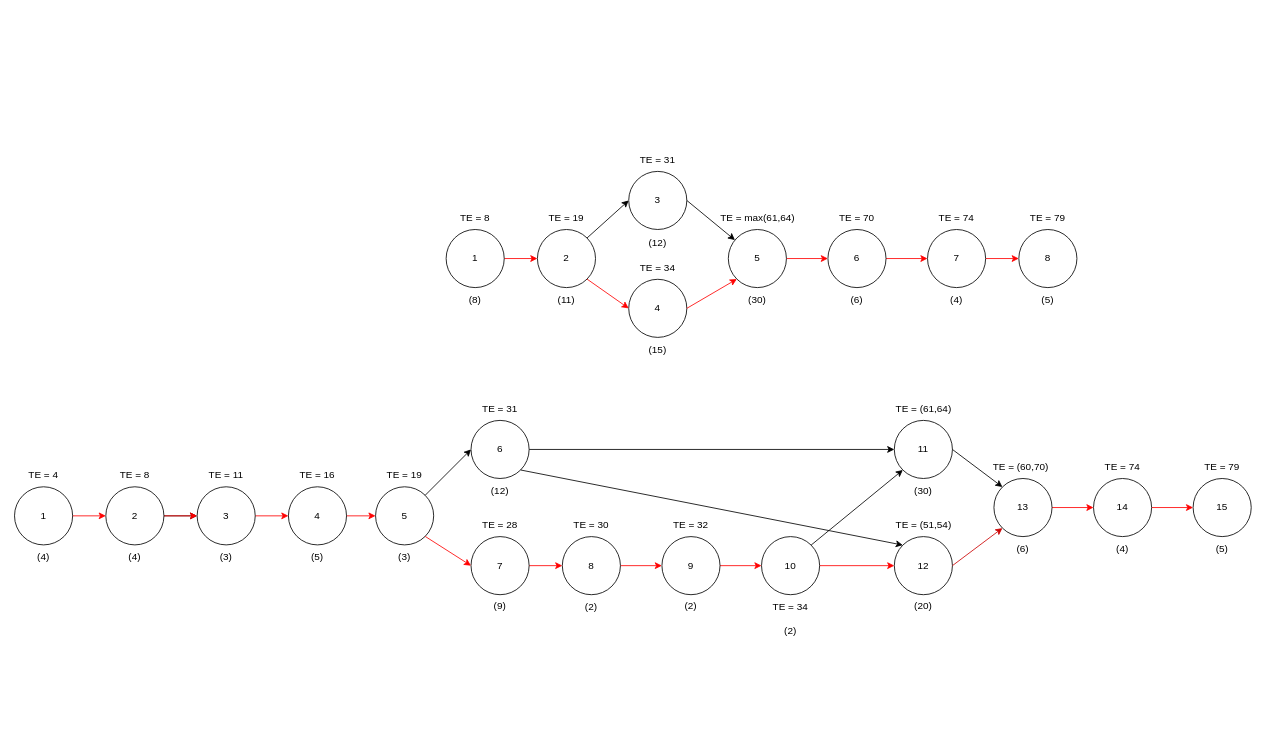
jarawin/carcare keeps this draw.io diagram as page "Activity Diagram" (5 of 5) of DFD.drawio. Above is the earlier version. Source tidied: cells renumbered, new cells numbered last; positions are measured from the earlier drawing's top-left corner, leaving out a move shared by most shapes. Both pictures are drawn from the tidied source at 83%, with x=0, y=0 at pixel (14, 147).
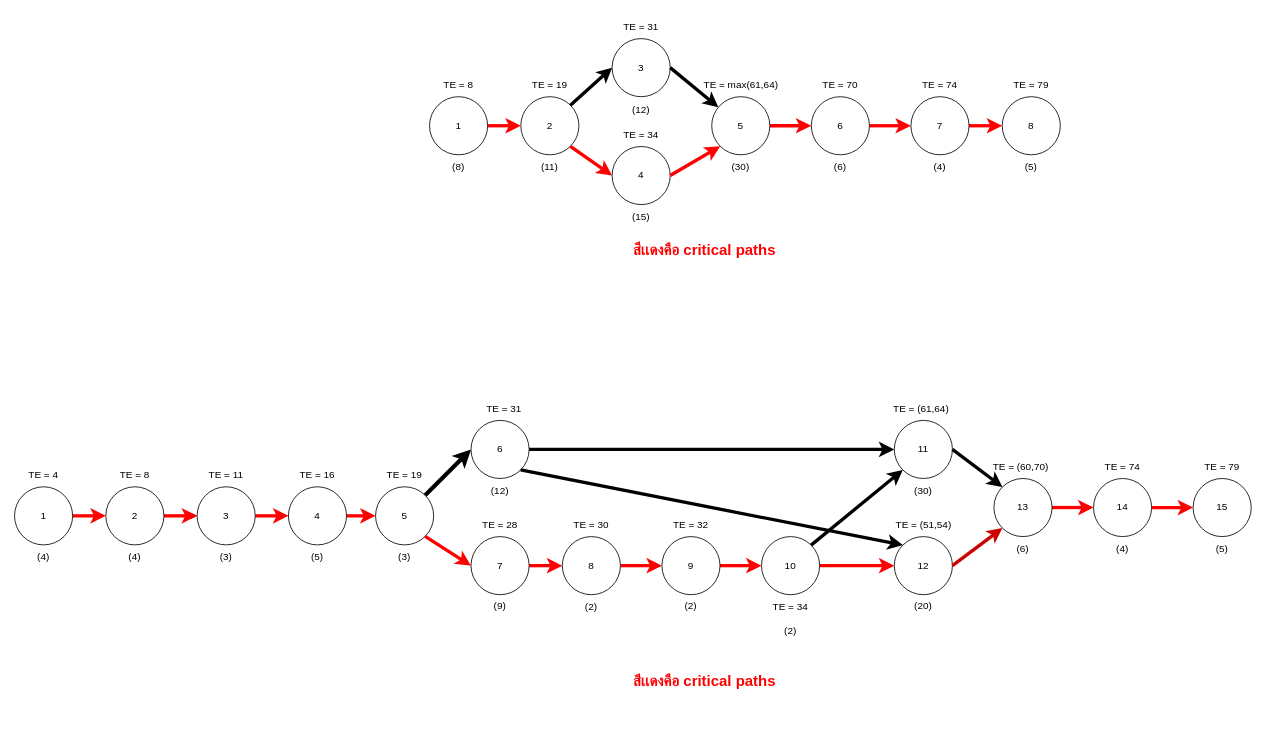
After the change.

Unchanged cells that the change refers to:
```xml
<mxCell id="35" value="1" style="ellipse;whiteSpace=wrap;html=1;" parent="1" vertex="1">
  <mxGeometry y="409" width="70" height="70" as="geometry" />
</mxCell>
<mxCell id="38" value="2" style="ellipse;whiteSpace=wrap;html=1;" parent="1" vertex="1">
  <mxGeometry x="110" y="409" width="70" height="70" as="geometry" />
</mxCell>
<mxCell id="40" value="3" style="ellipse;whiteSpace=wrap;html=1;" parent="1" vertex="1">
  <mxGeometry x="220" y="409" width="70" height="70" as="geometry" />
</mxCell>
<mxCell id="42" value="4" style="ellipse;whiteSpace=wrap;html=1;" parent="1" vertex="1">
  <mxGeometry x="330" y="409" width="70" height="70" as="geometry" />
</mxCell>
<mxCell id="43" value="5" style="ellipse;whiteSpace=wrap;html=1;" parent="1" vertex="1">
  <mxGeometry x="435" y="409" width="70" height="70" as="geometry" />
</mxCell>
<mxCell id="45" value="6" style="ellipse;whiteSpace=wrap;html=1;" parent="1" vertex="1">
  <mxGeometry x="550" y="329" width="70" height="70" as="geometry" />
</mxCell>
<mxCell id="47" value="7" style="ellipse;whiteSpace=wrap;html=1;" parent="1" vertex="1">
  <mxGeometry x="550" y="469" width="70" height="70" as="geometry" />
</mxCell>
<mxCell id="49" value="8" style="ellipse;whiteSpace=wrap;html=1;" parent="1" vertex="1">
  <mxGeometry x="660" y="469" width="70" height="70" as="geometry" />
</mxCell>
<mxCell id="55" value="9" style="ellipse;whiteSpace=wrap;html=1;" parent="1" vertex="1">
  <mxGeometry x="780" y="469" width="70" height="70" as="geometry" />
</mxCell>
<mxCell id="57" value="10" style="ellipse;whiteSpace=wrap;html=1;" parent="1" vertex="1">
  <mxGeometry x="900" y="469" width="70" height="70" as="geometry" />
</mxCell>
<mxCell id="58" value="11" style="ellipse;whiteSpace=wrap;html=1;" parent="1" vertex="1">
  <mxGeometry x="1060" y="329" width="70" height="70" as="geometry" />
</mxCell>
<mxCell id="59" value="12" style="ellipse;whiteSpace=wrap;html=1;" parent="1" vertex="1">
  <mxGeometry x="1060" y="469" width="70" height="70" as="geometry" />
</mxCell>
<mxCell id="61" value="13" style="ellipse;whiteSpace=wrap;html=1;" parent="1" vertex="1">
  <mxGeometry x="1180" y="399" width="70" height="70" as="geometry" />
</mxCell>
<mxCell id="63" value="14" style="ellipse;whiteSpace=wrap;html=1;" parent="1" vertex="1">
  <mxGeometry x="1300" y="399" width="70" height="70" as="geometry" />
</mxCell>
<mxCell id="64" value="15" style="ellipse;whiteSpace=wrap;html=1;" parent="1" vertex="1">
  <mxGeometry x="1420" y="399" width="70" height="70" as="geometry" />
</mxCell>
```

The edit, as a diff of the source:
```diff
@@
-    <mxCell id="2" style="edgeStyle=orthogonalEdgeStyle;rounded=0;jettySize=auto;html=1;entryX=0;entryY=0.5;entryDx=0;entryDy=0;strokeColor=#FF0000;" parent="1" edge="1" source="3" target="4">
+    <mxCell id="2" style="edgeStyle=orthogonalEdgeStyle;rounded=0;jettySize=auto;html=1;entryX=0;entryY=0.5;entryDx=0;entryDy=0;strokeColor=#FF0000;strokeWidth=4;" parent="1" edge="1" source="3" target="4">
       <mxGeometry relative="1" as="geometry" />
     </mxCell>
     <mxCell id="3" value="1" style="ellipse;whiteSpace=wrap;html=1;" parent="1" vertex="1">
-      <mxGeometry x="520" y="99" width="70" height="70" as="geometry" />
+      <mxGeometry x="500" y="-61" width="70" height="70" as="geometry" />
     </mxCell>
     <mxCell id="4" value="2" style="ellipse;whiteSpace=wrap;html=1;" parent="1" vertex="1">
-      <mxGeometry x="630" y="99" width="70" height="70" as="geometry" />
+      <mxGeometry x="610" y="-61" width="70" height="70" as="geometry" />
     </mxCell>
     <mxCell id="5" value="3" style="ellipse;whiteSpace=wrap;html=1;" parent="1" vertex="1">
-      <mxGeometry x="740" y="29" width="70" height="70" as="geometry" />
+      <mxGeometry x="720" y="-131" width="70" height="70" as="geometry" />
     </mxCell>
     <mxCell id="6" value="4" style="ellipse;whiteSpace=wrap;html=1;" parent="1" vertex="1">
-      <mxGeometry x="740" y="159" width="70" height="70" as="geometry" />
+      <mxGeometry x="720" y="-1" width="70" height="70" as="geometry" />
     </mxCell>
-    <mxCell id="7" style="edgeStyle=orthogonalEdgeStyle;rounded=0;jettySize=auto;html=1;exitX=1;exitY=0.5;exitDx=0;exitDy=0;entryX=0;entryY=0.5;entryDx=0;entryDy=0;strokeColor=#FF0000;" parent="1" edge="1" source="8" target="10">
+    <mxCell id="7" style="edgeStyle=orthogonalEdgeStyle;rounded=0;jettySize=auto;html=1;exitX=1;exitY=0.5;exitDx=0;exitDy=0;entryX=0;entryY=0.5;entryDx=0;entryDy=0;strokeColor=#FF0000;strokeWidth=4;" parent="1" edge="1" source="8" target="10">
       <mxGeometry relative="1" as="geometry" />
     </mxCell>
     <mxCell id="8" value="5" style="ellipse;whiteSpace=wrap;html=1;" parent="1" vertex="1">
-      <mxGeometry x="860" y="99" width="70" height="70" as="geometry" />
+      <mxGeometry x="840" y="-61" width="70" height="70" as="geometry" />
     </mxCell>
-    <mxCell id="9" style="edgeStyle=orthogonalEdgeStyle;rounded=0;jettySize=auto;html=1;exitX=1;exitY=0.5;exitDx=0;exitDy=0;entryX=0;entryY=0.5;entryDx=0;entryDy=0;strokeColor=#FF0000;" parent="1" edge="1" source="10" target="12">
+    <mxCell id="9" style="edgeStyle=orthogonalEdgeStyle;rounded=0;jettySize=auto;html=1;exitX=1;exitY=0.5;exitDx=0;exitDy=0;entryX=0;entryY=0.5;entryDx=0;entryDy=0;strokeColor=#FF0000;strokeWidth=4;" parent="1" edge="1" source="10" target="12">
       <mxGeometry relative="1" as="geometry" />
     </mxCell>
     <mxCell id="10" value="6" style="ellipse;whiteSpace=wrap;html=1;" parent="1" vertex="1">
-      <mxGeometry x="980" y="99" width="70" height="70" as="geometry" />
+      <mxGeometry x="960" y="-61" width="70" height="70" as="geometry" />
     </mxCell>
-    <mxCell id="11" style="edgeStyle=orthogonalEdgeStyle;rounded=0;jettySize=auto;html=1;exitX=1;exitY=0.5;exitDx=0;exitDy=0;entryX=0;entryY=0.5;entryDx=0;entryDy=0;strokeColor=#FF0000;" parent="1" edge="1" source="12" target="13">
+    <mxCell id="11" style="edgeStyle=orthogonalEdgeStyle;rounded=0;jettySize=auto;html=1;exitX=1;exitY=0.5;exitDx=0;exitDy=0;entryX=0;entryY=0.5;entryDx=0;entryDy=0;strokeColor=#FF0000;strokeWidth=4;" parent="1" edge="1" source="12" target="13">
       <mxGeometry relative="1" as="geometry" />
     </mxCell>
     <mxCell id="12" value="7" style="ellipse;whiteSpace=wrap;html=1;" parent="1" vertex="1">
-      <mxGeometry x="1100" y="99" width="70" height="70" as="geometry" />
+      <mxGeometry x="1080" y="-61" width="70" height="70" as="geometry" />
     </mxCell>
     <mxCell id="13" value="8" style="ellipse;whiteSpace=wrap;html=1;" parent="1" vertex="1">
-      <mxGeometry x="1210" y="99" width="70" height="70" as="geometry" />
+      <mxGeometry x="1190" y="-61" width="70" height="70" as="geometry" />
     </mxCell>
-    <mxCell id="14" style="endArrow=classic;html=1;rounded=0;exitX=1;exitY=0;exitDx=0;exitDy=0;entryX=0;entryY=0.5;entryDx=0;entryDy=0;" parent="1" edge="1" source="4" target="5">
+    <mxCell id="14" style="endArrow=classic;html=1;rounded=0;exitX=1;exitY=0;exitDx=0;exitDy=0;entryX=0;entryY=0.5;entryDx=0;entryDy=0;strokeWidth=4;" parent="1" edge="1" source="4" target="5">
       <mxGeometry relative="1" as="geometry" />
     </mxCell>
-    <mxCell id="15" style="endArrow=classic;html=1;rounded=0;exitX=1;exitY=1;exitDx=0;exitDy=0;entryX=0;entryY=0.5;entryDx=0;entryDy=0;strokeColor=#FF0000;" parent="1" edge="1" source="4" target="6">
+    <mxCell id="15" style="endArrow=classic;html=1;rounded=0;exitX=1;exitY=1;exitDx=0;exitDy=0;entryX=0;entryY=0.5;entryDx=0;entryDy=0;strokeColor=#FF0000;strokeWidth=4;" parent="1" edge="1" source="4" target="6">
       <mxGeometry relative="1" as="geometry" />
     </mxCell>
-    <mxCell id="16" style="endArrow=classic;html=1;rounded=0;exitX=1;exitY=0.5;exitDx=0;exitDy=0;" parent="1" edge="1" source="5" target="8">
+    <mxCell id="16" style="endArrow=classic;html=1;rounded=0;exitX=1;exitY=0.5;exitDx=0;exitDy=0;strokeWidth=4;" parent="1" edge="1" source="5" target="8">
       <mxGeometry relative="1" as="geometry" />
     </mxCell>
-    <mxCell id="17" style="endArrow=classic;html=1;rounded=0;exitX=1;exitY=0.5;exitDx=0;exitDy=0;entryX=0;entryY=1;entryDx=0;entryDy=0;strokeColor=#FF0000;" parent="1" edge="1" source="6" target="8">
+    <mxCell id="17" style="endArrow=classic;html=1;rounded=0;exitX=1;exitY=0.5;exitDx=0;exitDy=0;entryX=0;entryY=1;entryDx=0;entryDy=0;strokeColor=#FF0000;strokeWidth=4;" parent="1" edge="1" source="6" target="8">
       <mxGeometry relative="1" as="geometry" />
     </mxCell>
     <mxCell id="18" value="TE = 8" style="text;html=1;strokeColor=none;fillColor=none;align=center;verticalAlign=middle;whiteSpace=wrap;rounded=0;" parent="1" vertex="1">
-      <mxGeometry x="525" y="70" width="60" height="29" as="geometry" />
+      <mxGeometry x="505" y="-90" width="60" height="29" as="geometry" />
     </mxCell>
     <mxCell id="19" value="TE = 19" style="text;html=1;strokeColor=none;fillColor=none;align=center;verticalAlign=middle;whiteSpace=wrap;rounded=0;" parent="1" vertex="1">
-      <mxGeometry x="635" y="70" width="60" height="29" as="geometry" />
+      <mxGeometry x="615" y="-90" width="60" height="29" as="geometry" />
     </mxCell>
     <mxCell id="20" value="TE = 31" style="text;html=1;strokeColor=none;fillColor=none;align=center;verticalAlign=middle;whiteSpace=wrap;rounded=0;" parent="1" vertex="1">
-      <mxGeometry x="745" width="60" height="29" as="geometry" />
+      <mxGeometry x="725" y="-160" width="60" height="29" as="geometry" />
     </mxCell>
     <mxCell id="21" value="TE = 34" style="text;html=1;strokeColor=none;fillColor=none;align=center;verticalAlign=middle;whiteSpace=wrap;rounded=0;" parent="1" vertex="1">
-      <mxGeometry x="745" y="130" width="60" height="29" as="geometry" />
+      <mxGeometry x="725" y="-30" width="60" height="29" as="geometry" />
     </mxCell>
     <mxCell id="22" value="TE = max(61,64)" style="text;html=1;strokeColor=none;fillColor=none;align=center;verticalAlign=middle;whiteSpace=wrap;rounded=0;" parent="1" vertex="1">
-      <mxGeometry x="832.5" y="70" width="125" height="29" as="geometry" />
+      <mxGeometry x="812.5" y="-90" width="125" height="29" as="geometry" />
     </mxCell>
     <mxCell id="23" value="TE = 70" style="text;html=1;strokeColor=none;fillColor=none;align=center;verticalAlign=middle;whiteSpace=wrap;rounded=0;" parent="1" vertex="1">
-      <mxGeometry x="985" y="70" width="60" height="29" as="geometry" />
+      <mxGeometry x="965" y="-90" width="60" height="29" as="geometry" />
     </mxCell>
     <mxCell id="24" value="TE = 74" style="text;html=1;strokeColor=none;fillColor=none;align=center;verticalAlign=middle;whiteSpace=wrap;rounded=0;" parent="1" vertex="1">
-      <mxGeometry x="1105" y="70" width="60" height="29" as="geometry" />
+      <mxGeometry x="1085" y="-90" width="60" height="29" as="geometry" />
     </mxCell>
     <mxCell id="25" value="TE = 79" style="text;html=1;strokeColor=none;fillColor=none;align=center;verticalAlign=middle;whiteSpace=wrap;rounded=0;" parent="1" vertex="1">
-      <mxGeometry x="1215" y="70" width="60" height="29" as="geometry" />
+      <mxGeometry x="1195" y="-90" width="60" height="29" as="geometry" />
     </mxCell>
     <mxCell id="26" value="(8)" style="text;html=1;strokeColor=none;fillColor=none;align=center;verticalAlign=middle;whiteSpace=wrap;rounded=0;" parent="1" vertex="1">
-      <mxGeometry x="525" y="169" width="60" height="30" as="geometry" />
+      <mxGeometry x="505" y="9" width="60" height="30" as="geometry" />
     </mxCell>
     <mxCell id="27" value="(11)" style="text;html=1;strokeColor=none;fillColor=none;align=center;verticalAlign=middle;whiteSpace=wrap;rounded=0;" parent="1" vertex="1">
-      <mxGeometry x="635" y="169" width="60" height="30" as="geometry" />
+      <mxGeometry x="615" y="9" width="60" height="30" as="geometry" />
     </mxCell>
     <mxCell id="28" value="(12)" style="text;html=1;strokeColor=none;fillColor=none;align=center;verticalAlign=middle;whiteSpace=wrap;rounded=0;" parent="1" vertex="1">
-      <mxGeometry x="745" y="100" width="60" height="30" as="geometry" />
+      <mxGeometry x="725" y="-60" width="60" height="30" as="geometry" />
     </mxCell>
     <mxCell id="29" value="(15)" style="text;html=1;strokeColor=none;fillColor=none;align=center;verticalAlign=middle;whiteSpace=wrap;rounded=0;" parent="1" vertex="1">
-      <mxGeometry x="745" y="229" width="60" height="30" as="geometry" />
+      <mxGeometry x="725" y="69" width="60" height="30" as="geometry" />
     </mxCell>
     <mxCell id="30" value="(4)" style="text;html=1;strokeColor=none;fillColor=none;align=center;verticalAlign=middle;whiteSpace=wrap;rounded=0;" parent="1" vertex="1">
-      <mxGeometry x="1105" y="169" width="60" height="30" as="geometry" />
+      <mxGeometry x="1085" y="9" width="60" height="30" as="geometry" />
     </mxCell>
     <mxCell id="31" value="(30)" style="text;html=1;strokeColor=none;fillColor=none;align=center;verticalAlign=middle;whiteSpace=wrap;rounded=0;" parent="1" vertex="1">
-      <mxGeometry x="865" y="169" width="60" height="30" as="geometry" />
+      <mxGeometry x="845" y="9" width="60" height="30" as="geometry" />
     </mxCell>
     <mxCell id="32" value="(6)" style="text;html=1;strokeColor=none;fillColor=none;align=center;verticalAlign=middle;whiteSpace=wrap;rounded=0;" parent="1" vertex="1">
-      <mxGeometry x="985" y="169" width="60" height="30" as="geometry" />
+      <mxGeometry x="965" y="9" width="60" height="30" as="geometry" />
     </mxCell>
     <mxCell id="33" value="(5)" style="text;html=1;strokeColor=none;fillColor=none;align=center;verticalAlign=middle;whiteSpace=wrap;rounded=0;" parent="1" vertex="1">
-      <mxGeometry x="1215" y="169" width="60" height="30" as="geometry" />
+      <mxGeometry x="1195" y="9" width="60" height="30" as="geometry" />
     </mxCell>
-    <mxCell id="34" style="edgeStyle=orthogonalEdgeStyle;rounded=0;jettySize=auto;html=1;entryX=0;entryY=0.5;entryDx=0;entryDy=0;strokeColor=#FF0000;" parent="1" edge="1" source="35" target="38">
+    <mxCell id="34" style="edgeStyle=orthogonalEdgeStyle;rounded=0;jettySize=auto;html=1;entryX=0;entryY=0.5;entryDx=0;entryDy=0;strokeColor=#FF0000;strokeWidth=4;" parent="1" edge="1" source="35" target="38">
       <mxGeometry relative="1" as="geometry" />
     </mxCell>
@@
-    <mxCell id="37" style="edgeStyle=orthogonalEdgeStyle;rounded=0;jettySize=auto;html=1;strokeColor=#FF0000;" parent="1" edge="1" source="38" target="40">
+    <mxCell id="37" style="edgeStyle=orthogonalEdgeStyle;rounded=0;jettySize=auto;html=1;strokeColor=#FF0000;strokeWidth=4;" parent="1" edge="1" source="38" target="40">
       <mxGeometry relative="1" as="geometry" />
     </mxCell>
@@
-    <mxCell id="39" style="edgeStyle=orthogonalEdgeStyle;rounded=0;jettySize=auto;html=1;exitX=1;exitY=0.5;exitDx=0;exitDy=0;entryX=0;entryY=0.5;entryDx=0;entryDy=0;strokeColor=#FF0000;" parent="1" edge="1" source="40" target="42">
+    <mxCell id="39" style="edgeStyle=orthogonalEdgeStyle;rounded=0;jettySize=auto;html=1;exitX=1;exitY=0.5;exitDx=0;exitDy=0;entryX=0;entryY=0.5;entryDx=0;entryDy=0;strokeColor=#FF0000;strokeWidth=4;" parent="1" edge="1" source="40" target="42">
       <mxGeometry relative="1" as="geometry" />
     </mxCell>
@@
-    <mxCell id="41" style="edgeStyle=orthogonalEdgeStyle;rounded=0;jettySize=auto;html=1;exitX=1;exitY=0.5;exitDx=0;exitDy=0;entryX=0;entryY=0.5;entryDx=0;entryDy=0;strokeColor=#FF0000;" parent="1" edge="1" source="42" target="43">
+    <mxCell id="41" style="edgeStyle=orthogonalEdgeStyle;rounded=0;jettySize=auto;html=1;exitX=1;exitY=0.5;exitDx=0;exitDy=0;entryX=0;entryY=0.5;entryDx=0;entryDy=0;strokeColor=#FF0000;strokeWidth=4;" parent="1" edge="1" source="42" target="43">
       <mxGeometry relative="1" as="geometry" />
     </mxCell>
@@
-    <mxCell id="44" style="edgeStyle=orthogonalEdgeStyle;rounded=0;jettySize=auto;html=1;exitX=1;exitY=0.5;exitDx=0;exitDy=0;entryX=0;entryY=0.5;entryDx=0;entryDy=0;" parent="1" edge="1" source="45" target="58">
+    <mxCell id="44" style="edgeStyle=orthogonalEdgeStyle;rounded=0;jettySize=auto;html=1;exitX=1;exitY=0.5;exitDx=0;exitDy=0;entryX=0;entryY=0.5;entryDx=0;entryDy=0;strokeWidth=4;" parent="1" edge="1" source="45" target="58">
       <mxGeometry relative="1" as="geometry" />
     </mxCell>
@@
-    <mxCell id="46" style="edgeStyle=orthogonalEdgeStyle;rounded=0;jettySize=auto;html=1;exitX=1;exitY=0.5;exitDx=0;exitDy=0;entryX=0;entryY=0.5;entryDx=0;entryDy=0;strokeColor=#FF0000;" parent="1" edge="1" source="47" target="49">
+    <mxCell id="46" style="edgeStyle=orthogonalEdgeStyle;rounded=0;jettySize=auto;html=1;exitX=1;exitY=0.5;exitDx=0;exitDy=0;entryX=0;entryY=0.5;entryDx=0;entryDy=0;strokeColor=#FF0000;strokeWidth=4;" parent="1" edge="1" source="47" target="49">
       <mxGeometry relative="1" as="geometry" />
     </mxCell>
@@
-    <mxCell id="48" style="edgeStyle=orthogonalEdgeStyle;rounded=0;jettySize=auto;html=1;exitX=1;exitY=0.5;exitDx=0;exitDy=0;strokeColor=#FF0000;" parent="1" edge="1" source="49" target="55">
+    <mxCell id="48" style="edgeStyle=orthogonalEdgeStyle;rounded=0;jettySize=auto;html=1;exitX=1;exitY=0.5;exitDx=0;exitDy=0;strokeColor=#FF0000;strokeWidth=4;" parent="1" edge="1" source="49" target="55">
       <mxGeometry relative="1" as="geometry" />
     </mxCell>
@@
-    <mxCell id="54" style="edgeStyle=orthogonalEdgeStyle;rounded=0;jettySize=auto;html=1;exitX=1;exitY=0.5;exitDx=0;exitDy=0;entryX=0;entryY=0.5;entryDx=0;entryDy=0;strokeColor=#FF0000;" parent="1" edge="1" source="55" target="57">
+    <mxCell id="54" style="edgeStyle=orthogonalEdgeStyle;rounded=0;jettySize=auto;html=1;exitX=1;exitY=0.5;exitDx=0;exitDy=0;entryX=0;entryY=0.5;entryDx=0;entryDy=0;strokeColor=#FF0000;strokeWidth=4;" parent="1" edge="1" source="55" target="57">
       <mxGeometry relative="1" as="geometry" />
     </mxCell>
@@
-    <mxCell id="56" style="edgeStyle=orthogonalEdgeStyle;rounded=0;jettySize=auto;html=1;exitX=1;exitY=0.5;exitDx=0;exitDy=0;entryX=0;entryY=0.5;entryDx=0;entryDy=0;strokeColor=#FF0000;" parent="1" edge="1" source="57" target="59">
+    <mxCell id="56" style="edgeStyle=orthogonalEdgeStyle;rounded=0;jettySize=auto;html=1;exitX=1;exitY=0.5;exitDx=0;exitDy=0;entryX=0;entryY=0.5;entryDx=0;entryDy=0;strokeColor=#FF0000;strokeWidth=4;" parent="1" edge="1" source="57" target="59">
       <mxGeometry relative="1" as="geometry" />
     </mxCell>
@@
-    <mxCell id="60" style="edgeStyle=orthogonalEdgeStyle;rounded=0;jettySize=auto;html=1;exitX=1;exitY=0.5;exitDx=0;exitDy=0;entryX=0;entryY=0.5;entryDx=0;entryDy=0;strokeColor=#FF0000;" parent="1" edge="1" source="61" target="63">
+    <mxCell id="60" style="edgeStyle=orthogonalEdgeStyle;rounded=0;jettySize=auto;html=1;exitX=1;exitY=0.5;exitDx=0;exitDy=0;entryX=0;entryY=0.5;entryDx=0;entryDy=0;strokeColor=#FF0000;strokeWidth=4;" parent="1" edge="1" source="61" target="63">
       <mxGeometry relative="1" as="geometry" />
     </mxCell>
@@
-    <mxCell id="62" style="edgeStyle=orthogonalEdgeStyle;rounded=0;jettySize=auto;html=1;exitX=1;exitY=0.5;exitDx=0;exitDy=0;entryX=0;entryY=0.5;entryDx=0;entryDy=0;strokeColor=#FF0000;" parent="1" edge="1" source="63" target="64">
+    <mxCell id="62" style="edgeStyle=orthogonalEdgeStyle;rounded=0;jettySize=auto;html=1;exitX=1;exitY=0.5;exitDx=0;exitDy=0;entryX=0;entryY=0.5;entryDx=0;entryDy=0;strokeColor=#FF0000;strokeWidth=4;" parent="1" edge="1" source="63" target="64">
       <mxGeometry relative="1" as="geometry" />
     </mxCell>
@@
-    <mxCell id="65" style="endArrow=classic;html=1;rounded=0;exitX=1;exitY=1;exitDx=0;exitDy=0;entryX=0;entryY=0.5;entryDx=0;entryDy=0;strokeColor=#FF0000;" parent="1" edge="1" source="43" target="47">
+    <mxCell id="65" style="endArrow=classic;html=1;rounded=0;exitX=1;exitY=1;exitDx=0;exitDy=0;entryX=0;entryY=0.5;entryDx=0;entryDy=0;strokeColor=#FF0000;strokeWidth=4;" parent="1" edge="1" source="43" target="47">
       <mxGeometry relative="1" as="geometry" />
     </mxCell>
-    <mxCell id="66" style="endArrow=classic;html=1;rounded=0;exitX=1;exitY=0;exitDx=0;exitDy=0;entryX=0;entryY=0.5;entryDx=0;entryDy=0;" parent="1" edge="1" source="43" target="45">
+    <mxCell id="66" style="endArrow=classic;html=1;rounded=0;exitX=1;exitY=0;exitDx=0;exitDy=0;entryX=0;entryY=0.5;entryDx=0;entryDy=0;strokeWidth=5;" parent="1" edge="1" source="43" target="45">
       <mxGeometry relative="1" as="geometry" />
     </mxCell>
-    <mxCell id="67" style="endArrow=classic;html=1;rounded=0;exitX=1;exitY=0.5;exitDx=0;exitDy=0;entryX=0;entryY=1;entryDx=0;entryDy=0;strokeColor=#CC0000;" parent="1" edge="1" source="59" target="61">
+    <mxCell id="67" style="endArrow=classic;html=1;rounded=0;exitX=1;exitY=0.5;exitDx=0;exitDy=0;entryX=0;entryY=1;entryDx=0;entryDy=0;strokeColor=#CC0000;strokeWidth=4;" parent="1" edge="1" source="59" target="61">
       <mxGeometry relative="1" as="geometry" />
     </mxCell>
-    <mxCell id="68" style="endArrow=classic;html=1;rounded=0;exitX=1;exitY=0.5;exitDx=0;exitDy=0;entryX=0;entryY=0;entryDx=0;entryDy=0;" parent="1" edge="1" source="58" target="61">
+    <mxCell id="68" style="endArrow=classic;html=1;rounded=0;exitX=1;exitY=0.5;exitDx=0;exitDy=0;entryX=0;entryY=0;entryDx=0;entryDy=0;strokeWidth=4;" parent="1" edge="1" source="58" target="61">
       <mxGeometry relative="1" as="geometry" />
     </mxCell>
-    <mxCell id="69" style="endArrow=classic;html=1;rounded=0;exitX=1;exitY=0;exitDx=0;exitDy=0;entryX=0;entryY=1;entryDx=0;entryDy=0;" parent="1" edge="1" source="57" target="58">
+    <mxCell id="69" style="endArrow=classic;html=1;rounded=0;exitX=1;exitY=0;exitDx=0;exitDy=0;entryX=0;entryY=1;entryDx=0;entryDy=0;strokeWidth=4;" parent="1" edge="1" source="57" target="58">
       <mxGeometry relative="1" as="geometry" />
     </mxCell>
-    <mxCell id="70" style="endArrow=classic;html=1;rounded=0;exitX=1;exitY=1;exitDx=0;exitDy=0;entryX=0;entryY=0;entryDx=0;entryDy=0;" parent="1" edge="1" source="45" target="59">
+    <mxCell id="70" style="endArrow=classic;html=1;rounded=0;exitX=1;exitY=1;exitDx=0;exitDy=0;entryX=0;entryY=0;entryDx=0;entryDy=0;strokeWidth=4;" parent="1" edge="1" source="45" target="59">
       <mxGeometry relative="1" as="geometry" />
     </mxCell>
@@
     <mxCell id="74" value="TE = 31" style="text;html=1;strokeColor=none;fillColor=none;align=center;verticalAlign=middle;whiteSpace=wrap;rounded=0;" parent="1" vertex="1">
-      <mxGeometry x="555" y="300" width="60" height="29" as="geometry" />
+      <mxGeometry x="560" y="300" width="60" height="29" as="geometry" />
     </mxCell>
@@
     <mxCell id="79" value="TE = (61,64)" style="text;html=1;strokeColor=none;fillColor=none;align=center;verticalAlign=middle;whiteSpace=wrap;rounded=0;" parent="1" vertex="1">
-      <mxGeometry x="1042.5" y="300" width="105" height="29" as="geometry" />
+      <mxGeometry x="1040" y="300" width="105" height="29" as="geometry" />
     </mxCell>
@@
+    <mxCell id="97" value="&lt;font color=&quot;#ff0000&quot; style=&quot;font-size: 18px;&quot;&gt;&lt;b&gt;สีเเดงคือ critical paths&lt;/b&gt;&lt;/font&gt;" style="text;html=1;strokeColor=none;fillColor=none;align=center;verticalAlign=middle;whiteSpace=wrap;rounded=0;" parent="1" vertex="1">
+      <mxGeometry x="683" y="589" width="297" height="110" as="geometry" />
+    </mxCell>
+    <mxCell id="98" value="&lt;font color=&quot;#ff0000&quot; style=&quot;font-size: 18px;&quot;&gt;&lt;b&gt;สีเเดงคือ critical paths&lt;/b&gt;&lt;/font&gt;" style="text;html=1;strokeColor=none;fillColor=none;align=center;verticalAlign=middle;whiteSpace=wrap;rounded=0;" parent="1" vertex="1">
+      <mxGeometry x="683" y="69" width="297" height="110" as="geometry" />
+    </mxCell>
```
